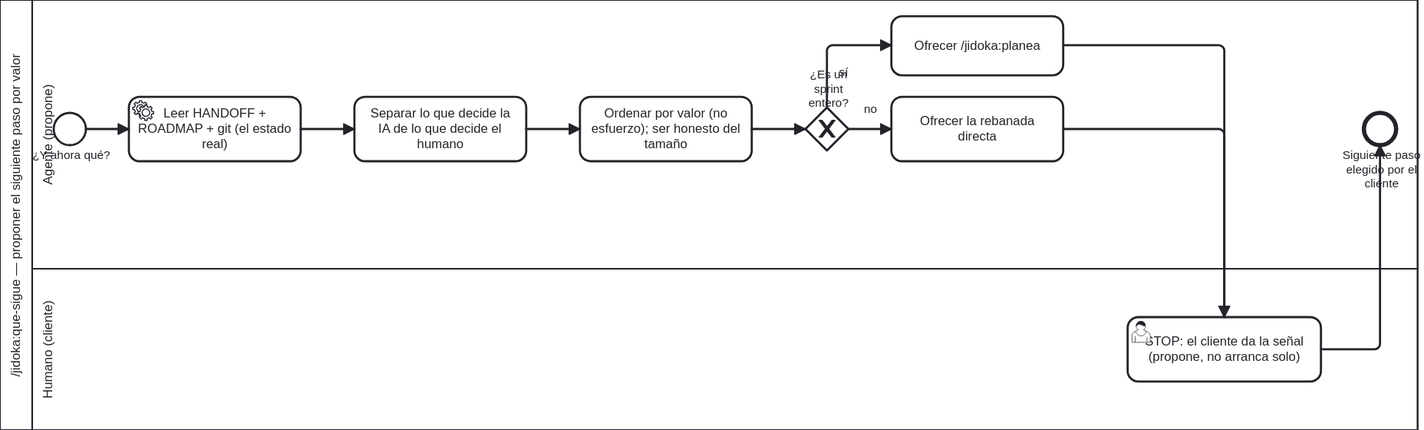
Before: docs/atlas/render/17-que-sigue-as-is.svg, a diagram exported from BPMN (ArmandoMedina/jidoka). Its source is kept beside it as docs/atlas/10-ritual/17-que-sigue-as-is.bpmn. Ids are renumbered.
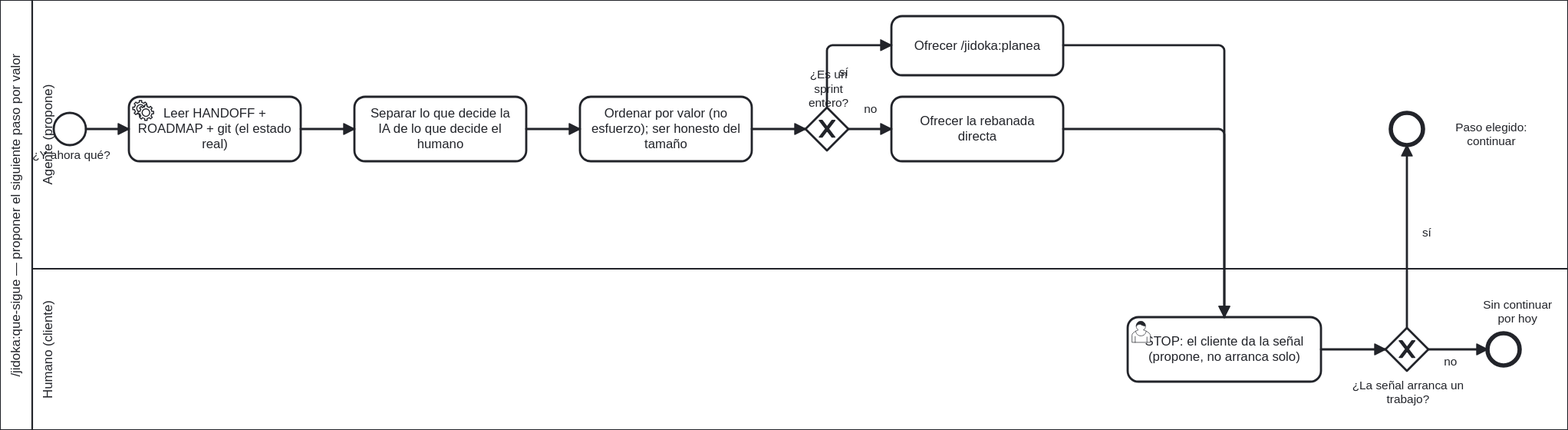
The same diagram one commit later.

Commit message:
docs(atlas): end states en 17 y 15; el 01 cierra todas sus costuras

What changed in the source:
```diff
@@ -3,7 +3,7 @@
     <bpmn:participant id="Pool_QueSigue" name="/jidoka:que-sigue — proponer el siguiente paso por valor" processRef="Process_QueSigue"/>
   </bpmn:collaboration>
   <bpmn:process id="Process_QueSigue" name="/jidoka:que-sigue — leer el estado y proponer, no arrancar" isExecutable="false">
-    <bpmn:documentation>Fuente: .claude/commands/jidoka/que-sigue.md. Carriles: el Agente lee y propone; la señal para arrancar la da el Humano (propone, no arranca solo).</bpmn:documentation>
+    <bpmn:documentation>Fuente: .claude/commands/jidoka/que-sigue.md. Carriles: el Agente lee y propone; la señal para arrancar la da el Humano (propone, no arranca solo). Cierra en dos end states que el padre (01-operar-sesion) lee en su gateway "¿El usuario decide continuar?": "Paso elegido: continuar" / "Sin continuar por hoy".</bpmn:documentation>
     <bpmn:laneSet id="LaneSet_QueSigue">
       <bpmn:lane id="Lane_Agente" name="Agente (propone)">
         <bpmn:flowNodeRef>Start</bpmn:flowNodeRef>
@@ -17,6 +17,8 @@
       </bpmn:lane>
       <bpmn:lane id="Lane_Humano" name="Humano (cliente)">
         <bpmn:flowNodeRef>U_Senal</bpmn:flowNodeRef>
+        <bpmn:flowNodeRef>Gw_Senal</bpmn:flowNodeRef>
+        <bpmn:flowNodeRef>End_SinContinuar</bpmn:flowNodeRef>
       </bpmn:lane>
     </bpmn:laneSet>
     <bpmn:startEvent id="Start" name="¿Y ahora qué?">
@@ -50,10 +52,18 @@
     <bpmn:userTask id="U_Senal" name="STOP: el cliente da la señal (propone, no arranca solo)">
       <bpmn:incoming>f_plan_senal</bpmn:incoming>
       <bpmn:incoming>f_reb_senal</bpmn:incoming>
-      <bpmn:outgoing>f_senal_end</bpmn:outgoing>
+      <bpmn:outgoing>f_senal_gw</bpmn:outgoing>
     </bpmn:userTask>
-    <bpmn:endEvent id="End" name="Siguiente paso elegido por el cliente">
-      <bpmn:incoming>f_senal_end</bpmn:incoming>
+    <bpmn:exclusiveGateway id="Gw_Senal" name="¿La señal arranca un trabajo?">
+      <bpmn:incoming>f_senal_gw</bpmn:incoming>
+      <bpmn:outgoing>f_gs_si</bpmn:outgoing>
+      <bpmn:outgoing>f_gs_no</bpmn:outgoing>
+    </bpmn:exclusiveGateway>
+    <bpmn:endEvent id="End" name="Paso elegido: continuar">
+      <bpmn:incoming>f_gs_si</bpmn:incoming>
+    </bpmn:endEvent>
+    <bpmn:endEvent id="End_SinContinuar" name="Sin continuar por hoy">
+      <bpmn:incoming>f_gs_no</bpmn:incoming>
     </bpmn:endEvent>
     <bpmn:sequenceFlow id="f1" sourceRef="Start" targetRef="T_Leer"/>
     <bpmn:sequenceFlow id="f2" sourceRef="T_Leer" targetRef="T_Separar"/>
@@ -63,18 +73,20 @@
     <bpmn:sequenceFlow id="f_no" name="no" sourceRef="Gw_Tamano" targetRef="T_Rebanada"/>
     <bpmn:sequenceFlow id="f_plan_senal" sourceRef="T_Planea" targetRef="U_Senal"/>
     <bpmn:sequenceFlow id="f_reb_senal" sourceRef="T_Rebanada" targetRef="U_Senal"/>
-    <bpmn:sequenceFlow id="f_senal_end" sourceRef="U_Senal" targetRef="End"/>
+    <bpmn:sequenceFlow id="f_senal_gw" sourceRef="U_Senal" targetRef="Gw_Senal"/>
+    <bpmn:sequenceFlow id="f_gs_si" name="sí" sourceRef="Gw_Senal" targetRef="End"/>
+    <bpmn:sequenceFlow id="f_gs_no" name="no" sourceRef="Gw_Senal" targetRef="End_SinContinuar"/>
   </bpmn:process>
   <bpmndi:BPMNDiagram id="Diagram_17_QueSigue">
     <bpmndi:BPMNPlane id="Plane_17_QueSigue" bpmnElement="Collab_QueSigue">
       <bpmndi:BPMNShape id="S_Pool" bpmnElement="Pool_QueSigue" isHorizontal="true">
-        <dc:Bounds x="160" y="80" width="1320" height="400"/>
+        <dc:Bounds x="160" y="80" width="1460" height="400"/>
       </bpmndi:BPMNShape>
       <bpmndi:BPMNShape id="S_LaneA" bpmnElement="Lane_Agente" isHorizontal="true">
-        <dc:Bounds x="190" y="80" width="1290" height="250"/>
+        <dc:Bounds x="190" y="80" width="1430" height="250"/>
       </bpmndi:BPMNShape>
       <bpmndi:BPMNShape id="S_LaneH" bpmnElement="Lane_Humano" isHorizontal="true">
-        <dc:Bounds x="190" y="330" width="1290" height="150"/>
+        <dc:Bounds x="190" y="330" width="1430" height="150"/>
       </bpmndi:BPMNShape>
       <bpmndi:BPMNShape id="S_Start" bpmnElement="Start">
         <dc:Bounds x="210" y="185" width="30" height="30"/>
@@ -103,8 +115,16 @@
         <dc:Bounds x="1210" y="375" width="180" height="60"/>
       </bpmndi:BPMNShape>
       <bpmndi:BPMNShape id="S_End" bpmnElement="End">
-        <dc:Bounds x="1430" y="185" width="30" height="30"/>
-        <bpmndi:BPMNLabel><dc:Bounds x="1405" y="218" width="82" height="27"/></bpmndi:BPMNLabel>
+        <dc:Bounds x="1455" y="185" width="30" height="30"/>
+        <bpmndi:BPMNLabel><dc:Bounds x="1498" y="192" width="100" height="27"/></bpmndi:BPMNLabel>
+      </bpmndi:BPMNShape>
+      <bpmndi:BPMNShape id="S_GwSenal" bpmnElement="Gw_Senal" isMarkerVisible="true">
+        <dc:Bounds x="1450" y="385" width="40" height="40"/>
+        <bpmndi:BPMNLabel><dc:Bounds x="1418" y="432" width="105" height="27"/></bpmndi:BPMNLabel>
+      </bpmndi:BPMNShape>
+      <bpmndi:BPMNShape id="S_EndSinContinuar" bpmnElement="End_SinContinuar">
+        <dc:Bounds x="1545" y="390" width="30" height="30"/>
+        <bpmndi:BPMNLabel><dc:Bounds x="1528" y="357" width="90" height="27"/></bpmndi:BPMNLabel>
       </bpmndi:BPMNShape>
       <bpmndi:BPMNEdge id="E_f1" bpmnElement="f1">
         <di:waypoint x="240" y="200"/>
@@ -141,10 +161,19 @@
         <di:waypoint x="1300" y="200"/>
         <di:waypoint x="1300" y="375"/>
       </bpmndi:BPMNEdge>
-      <bpmndi:BPMNEdge id="E_f_senal_end" bpmnElement="f_senal_end">
+      <bpmndi:BPMNEdge id="E_f_senal_gw" bpmnElement="f_senal_gw">
         <di:waypoint x="1390" y="405"/>
-        <di:waypoint x="1445" y="405"/>
-        <di:waypoint x="1445" y="215"/>
+        <di:waypoint x="1450" y="405"/>
+      </bpmndi:BPMNEdge>
+      <bpmndi:BPMNEdge id="E_f_gs_si" bpmnElement="f_gs_si">
+        <di:waypoint x="1470" y="385"/>
+        <di:waypoint x="1470" y="215"/>
+        <bpmndi:BPMNLabel><dc:Bounds x="1478" y="290" width="20" height="14"/></bpmndi:BPMNLabel>
+      </bpmndi:BPMNEdge>
+      <bpmndi:BPMNEdge id="E_f_gs_no" bpmnElement="f_gs_no">
+        <di:waypoint x="1490" y="405"/>
+        <di:waypoint x="1545" y="405"/>
+        <bpmndi:BPMNLabel><dc:Bounds x="1500" y="410" width="20" height="14"/></bpmndi:BPMNLabel>
       </bpmndi:BPMNEdge>
     </bpmndi:BPMNPlane>
   </bpmndi:BPMNDiagram>
```
